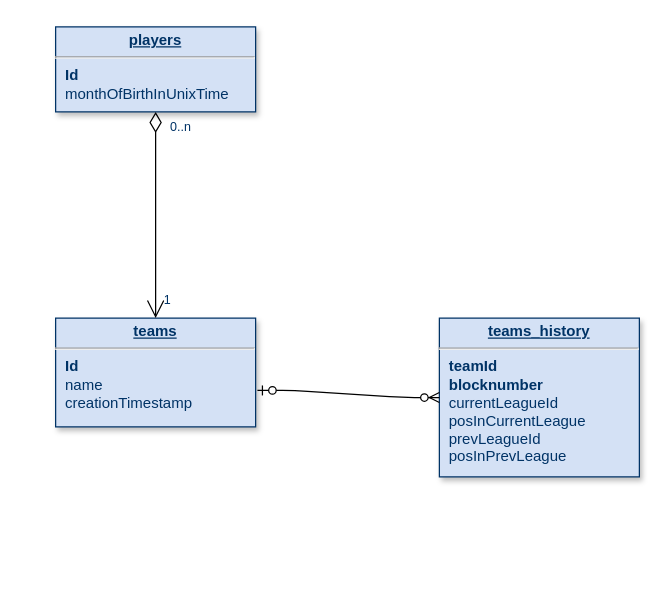
Before: go-synchronizer/sql/E-R.drawio in freeverseio/crypto-soccer, a draw.io diagram. Source tidied: cells renumbered, new cells numbered last; positions are measured from the earlier drawing's top-left corner, leaving out a move shared by most shapes. Both pictures are drawn from the tidied source at 125%, with x=0, y=0 at pixel (55, 26).
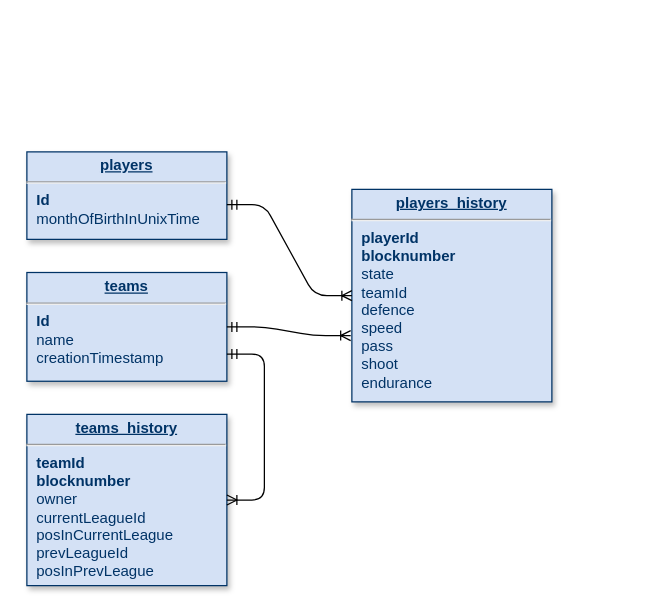
After the change.

Commit message:
[sql] rc of schema

Change to the diagram source:
```diff
@@
 <mxGraphModel background="#ffffff">
   <root>
     <mxCell id="0" />
     <mxCell id="1" parent="0" />
-    <mxCell id="2" value="&lt;p style=&quot;margin: 0px ; margin-top: 4px ; text-align: center ; text-decoration: underline&quot;&gt;&lt;b&gt;players&lt;/b&gt;&lt;/p&gt;&lt;hr&gt;&lt;p style=&quot;margin: 0px ; margin-left: 8px&quot;&gt;&lt;b&gt;Id&lt;/b&gt;&lt;/p&gt;&lt;p style=&quot;margin: 0px ; margin-left: 8px&quot;&gt;monthOfBirthInUnixTime&lt;/p&gt;&lt;p style=&quot;margin: 0px ; margin-left: 8px&quot;&gt;&lt;br&gt;&lt;/p&gt;" style="verticalAlign=top;align=left;overflow=fill;fontSize=12;fontFamily=Helvetica;html=1;strokeColor=#003366;shadow=1;fillColor=#D4E1F5;fontColor=#003366;" parent="1" vertex="1">
-      <mxGeometry width="160" height="68" as="geometry" />
+    <mxCell id="2" value="&lt;p style=&quot;margin: 0px ; margin-top: 4px ; text-align: center ; text-decoration: underline&quot;&gt;&lt;b&gt;players&lt;/b&gt;&lt;/p&gt;&lt;hr&gt;&lt;p style=&quot;margin: 0px ; margin-left: 8px&quot;&gt;&lt;b&gt;Id&lt;/b&gt;&lt;/p&gt;&lt;p style=&quot;margin: 0px ; margin-left: 8px&quot;&gt;&lt;span&gt;monthOfBirthInUnixTime&lt;/span&gt;&lt;br&gt;&lt;/p&gt;&lt;p style=&quot;margin: 0px ; margin-left: 8px&quot;&gt;&lt;br&gt;&lt;/p&gt;" style="verticalAlign=top;align=left;overflow=fill;fontSize=12;fontFamily=Helvetica;html=1;strokeColor=#003366;shadow=1;fillColor=#D4E1F5;fontColor=#003366;" parent="1" vertex="1">
+      <mxGeometry x="-23" y="100" width="160" height="70" as="geometry" />
     </mxCell>
     <mxCell id="3" value="&lt;p style=&quot;margin: 0px ; margin-top: 4px ; text-align: center ; text-decoration: underline&quot;&gt;&lt;b&gt;teams&lt;/b&gt;&lt;/p&gt;&lt;hr&gt;&lt;p style=&quot;margin: 0px ; margin-left: 8px&quot;&gt;&lt;b&gt;Id&lt;/b&gt;&lt;/p&gt;&lt;p style=&quot;margin: 0px ; margin-left: 8px&quot;&gt;name&lt;/p&gt;&lt;p style=&quot;margin: 0px ; margin-left: 8px&quot;&gt;creationTimestamp&lt;/p&gt;" style="verticalAlign=top;align=left;overflow=fill;fontSize=12;fontFamily=Helvetica;html=1;strokeColor=#003366;shadow=1;fillColor=#D4E1F5;fontColor=#003366;" parent="1" vertex="1">
-      <mxGeometry y="233" width="160" height="87" as="geometry" />
+      <mxGeometry x="-23" y="196.5" width="160" height="87" as="geometry" />
     </mxCell>
-    <mxCell id="4" style="endArrow=open;endSize=12;startArrow=diamondThin;startSize=14;startFill=0;edgeStyle=orthogonalEdgeStyle;" parent="1" edge="1" source="2" target="3">
-      <mxGeometry y="160" as="geometry" />
-    </mxCell>
-    <mxCell id="5" value="0..n" style="align=left;verticalAlign=top;labelBackgroundColor=#ffffff;fontSize=10;strokeColor=#003366;shadow=1;fillColor=#D4E1F5;fontColor=#003366;" parent="4" vertex="1">
-      <mxGeometry x="-1" relative="1" as="geometry">
-        <mxPoint x="10" as="offset" />
-      </mxGeometry>
-    </mxCell>
-    <mxCell id="6" value="1" style="align=left;verticalAlign=top;labelBackgroundColor=#ffffff;fontSize=10;strokeColor=#003366;shadow=1;fillColor=#D4E1F5;fontColor=#003366;" parent="1" vertex="1">
-      <mxGeometry x="87" y="210.1" as="geometry">
-        <mxPoint x="-2" y="-4" as="offset" />
-      </mxGeometry>
-    </mxCell>
-    <mxCell id="7" value="&lt;p style=&quot;margin: 0px ; margin-top: 4px ; text-align: center ; text-decoration: underline&quot;&gt;&lt;b&gt;teams_history&lt;/b&gt;&lt;/p&gt;&lt;hr&gt;&lt;p style=&quot;margin: 0px ; margin-left: 8px&quot;&gt;&lt;b&gt;teamId&lt;/b&gt;&lt;/p&gt;&lt;p style=&quot;margin: 0px ; margin-left: 8px&quot;&gt;&lt;b&gt;blocknumber&lt;/b&gt;&lt;/p&gt;&lt;p style=&quot;margin: 0px ; margin-left: 8px&quot;&gt;&lt;span&gt;currentLeagueId&lt;/span&gt;&lt;/p&gt;&lt;p style=&quot;margin: 0px ; margin-left: 8px&quot;&gt;&lt;span&gt;posInCurrentLeague&lt;/span&gt;&lt;/p&gt;&lt;p style=&quot;margin: 0px ; margin-left: 8px&quot;&gt;&lt;span&gt;prevLeagueId&lt;/span&gt;&lt;/p&gt;&lt;p style=&quot;margin: 0px ; margin-left: 8px&quot;&gt;&lt;span&gt;posInPrevLeague&lt;/span&gt;&lt;/p&gt;" style="verticalAlign=top;align=left;overflow=fill;fontSize=12;fontFamily=Helvetica;html=1;strokeColor=#003366;shadow=1;fillColor=#D4E1F5;fontColor=#003366;" parent="1" vertex="1">
-      <mxGeometry x="307" y="233" width="160" height="127" as="geometry" />
+    <mxCell id="7" value="&lt;p style=&quot;margin: 0px ; margin-top: 4px ; text-align: center ; text-decoration: underline&quot;&gt;&lt;b&gt;teams_history&lt;/b&gt;&lt;/p&gt;&lt;hr&gt;&lt;p style=&quot;margin: 0px ; margin-left: 8px&quot;&gt;&lt;b&gt;teamId&lt;/b&gt;&lt;/p&gt;&lt;p style=&quot;margin: 0px ; margin-left: 8px&quot;&gt;&lt;b&gt;blocknumber&lt;/b&gt;&lt;/p&gt;&lt;p style=&quot;margin: 0px ; margin-left: 8px&quot;&gt;owner&lt;/p&gt;&lt;p style=&quot;margin: 0px ; margin-left: 8px&quot;&gt;&lt;span&gt;currentLeagueId&lt;/span&gt;&lt;/p&gt;&lt;p style=&quot;margin: 0px ; margin-left: 8px&quot;&gt;&lt;span&gt;posInCurrentLeague&lt;/span&gt;&lt;/p&gt;&lt;p style=&quot;margin: 0px ; margin-left: 8px&quot;&gt;&lt;span&gt;prevLeagueId&lt;/span&gt;&lt;/p&gt;&lt;p style=&quot;margin: 0px ; margin-left: 8px&quot;&gt;&lt;span&gt;posInPrevLeague&lt;/span&gt;&lt;/p&gt;" style="verticalAlign=top;align=left;overflow=fill;fontSize=12;fontFamily=Helvetica;html=1;strokeColor=#003366;shadow=1;fillColor=#D4E1F5;fontColor=#003366;" parent="1" vertex="1">
+      <mxGeometry x="-23" y="310" width="160" height="137" as="geometry" />
     </mxCell>
-    <mxCell id="8" style="edgeStyle=entityRelationEdgeStyle;fontSize=12;html=1;endArrow=ERzeroToMany;startArrow=ERzeroToOne;entryX=0;entryY=0.5;entryDx=0;entryDy=0;exitX=1.009;exitY=0.665;exitDx=0;exitDy=0;exitPerimeter=0;" parent="1" edge="1" source="3" target="7">
+    <mxCell id="8" style="edgeStyle=entityRelationEdgeStyle;fontSize=12;html=1;endArrow=ERoneToMany;startArrow=ERmandOne;exitX=1;exitY=0.75;exitDx=0;exitDy=0;" parent="1" edge="1" source="3" target="7">
       <mxGeometry relative="1" as="geometry" />
     </mxCell>
+    <mxCell id="9" value="&lt;p style=&quot;margin: 0px ; margin-top: 4px ; text-align: center ; text-decoration: underline&quot;&gt;&lt;b&gt;players_history&lt;/b&gt;&lt;/p&gt;&lt;hr&gt;&lt;p style=&quot;margin: 0px ; margin-left: 8px&quot;&gt;&lt;b&gt;playerId&lt;/b&gt;&lt;/p&gt;&lt;p style=&quot;margin: 0px ; margin-left: 8px&quot;&gt;&lt;b&gt;blocknumber&lt;/b&gt;&lt;/p&gt;&lt;p style=&quot;margin: 0px 0px 0px 8px&quot;&gt;state&lt;/p&gt;&lt;p style=&quot;margin: 0px ; margin-left: 8px&quot;&gt;teamId&lt;b&gt;&lt;br&gt;&lt;/b&gt;&lt;/p&gt;&lt;p style=&quot;margin: 0px ; margin-left: 8px&quot;&gt;&lt;span&gt;defence&lt;/span&gt;&lt;br&gt;&lt;/p&gt;&lt;p style=&quot;margin: 0px ; margin-left: 8px&quot;&gt;speed&lt;/p&gt;&lt;p style=&quot;margin: 0px ; margin-left: 8px&quot;&gt;pass&lt;/p&gt;&lt;p style=&quot;margin: 0px ; margin-left: 8px&quot;&gt;shoot&lt;/p&gt;&lt;p style=&quot;margin: 0px ; margin-left: 8px&quot;&gt;endurance&lt;/p&gt;" style="verticalAlign=top;align=left;overflow=fill;fontSize=12;fontFamily=Helvetica;html=1;strokeColor=#003366;shadow=1;fillColor=#D4E1F5;fontColor=#003366;" parent="1" vertex="1">
+      <mxGeometry x="237" y="130" width="160" height="170" as="geometry" />
+    </mxCell>
+    <mxCell id="10" style="edgeStyle=entityRelationEdgeStyle;fontSize=12;html=1;endArrow=ERoneToMany;startArrow=ERmandOne;exitX=1;exitY=0.603;exitDx=0;exitDy=0;exitPerimeter=0;" parent="1" edge="1" source="2" target="9">
+      <mxGeometry relative="1" as="geometry" />
+    </mxCell>
+    <mxCell id="11" style="edgeStyle=entityRelationEdgeStyle;fontSize=12;html=1;endArrow=ERoneToMany;startArrow=ERmandOne;entryX=-0.006;entryY=0.688;entryDx=0;entryDy=0;entryPerimeter=0;" parent="1" edge="1" source="3" target="9">
+      <mxGeometry relative="1" as="geometry" />
+    </mxCell>
   </root>
 </mxGraphModel>
```
